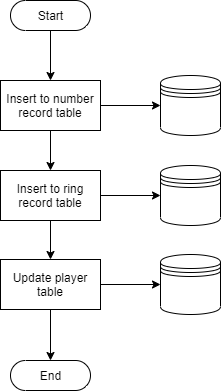
This is scoring/documentation/Finish_Game_Logic.png from kparlak/dart-scoring-system, a draw.io export, as it was before one commit. Source tidied: cells renumbered, new cells last; positions are measured from the earlier drawing's top-left corner, leaving out a move shared by most shapes. Its diagram source:
```xml
<mxGraphModel>
  <root>
    <mxCell id="0" />
    <mxCell id="1" parent="0" />
    <mxCell id="2" style="edgeStyle=orthogonalEdgeStyle;rounded=1;jettySize=auto;html=1;exitX=0.5;exitY=0.5;exitDx=0;exitDy=15;exitPerimeter=0;entryX=0.5;entryY=0;entryDx=0;entryDy=0;strokeColor=#000000;" parent="1" edge="1" source="3" target="6">
      <mxGeometry relative="1" as="geometry" />
    </mxCell>
    <mxCell id="3" value="Start" style="html=1;dashed=0;whitespace=wrap;shape=mxgraph.dfd.start;" parent="1" vertex="1">
      <mxGeometry x="10" width="80" height="30" as="geometry" />
    </mxCell>
    <mxCell id="4" value="End" style="html=1;dashed=0;whitespace=wrap;shape=mxgraph.dfd.start;" parent="1" vertex="1">
      <mxGeometry x="10" y="360" width="80" height="30" as="geometry" />
    </mxCell>
    <mxCell id="5" style="edgeStyle=orthogonalEdgeStyle;rounded=1;jettySize=auto;html=1;exitX=0.5;exitY=1;exitDx=0;exitDy=0;entryX=0.5;entryY=0;entryDx=0;entryDy=0;" parent="1" edge="1" source="6" target="12">
      <mxGeometry relative="1" as="geometry" />
    </mxCell>
    <mxCell id="6" value="Insert to number record table" style="html=1;dashed=0;whitespace=wrap;whiteSpace=wrap;" parent="1" vertex="1">
      <mxGeometry y="80" width="100" height="50" as="geometry" />
    </mxCell>
    <mxCell id="7" style="edgeStyle=orthogonalEdgeStyle;rounded=1;jettySize=auto;html=1;entryX=0;entryY=0.5;entryDx=0;entryDy=0;exitX=1;exitY=0.5;exitDx=0;exitDy=0;" parent="1" edge="1" source="6" target="8">
      <mxGeometry relative="1" as="geometry" />
    </mxCell>
    <mxCell id="8" style="shape=datastore;whiteSpace=wrap;html=1;" parent="1" vertex="1">
      <mxGeometry x="160" y="75" width="60" height="60" as="geometry" />
    </mxCell>
    <mxCell id="9" style="edgeStyle=orthogonalEdgeStyle;rounded=1;jettySize=auto;html=1;exitX=1;exitY=0.5;exitDx=0;exitDy=0;entryX=0;entryY=0.5;entryDx=0;entryDy=0;" parent="1" edge="1" source="12" target="13">
      <mxGeometry relative="1" as="geometry" />
    </mxCell>
    <mxCell id="10" style="edgeStyle=orthogonalEdgeStyle;rounded=1;jettySize=auto;html=1;exitX=0.5;exitY=1;exitDx=0;exitDy=0;entryX=0.5;entryY=0.5;entryDx=0;entryDy=-15;entryPerimeter=0;" parent="1" edge="1" source="16" target="4">
      <mxGeometry relative="1" as="geometry" />
    </mxCell>
    <mxCell id="11" style="edgeStyle=orthogonalEdgeStyle;rounded=1;jettySize=auto;html=1;exitX=0.5;exitY=1;exitDx=0;exitDy=0;entryX=0.5;entryY=0;entryDx=0;entryDy=0;" parent="1" edge="1" source="12" target="16">
      <mxGeometry relative="1" as="geometry" />
    </mxCell>
    <mxCell id="12" value="Insert to ring record table" style="html=1;dashed=0;whitespace=wrap;whiteSpace=wrap;" parent="1" vertex="1">
      <mxGeometry y="170" width="100" height="50" as="geometry" />
    </mxCell>
    <mxCell id="13" style="shape=datastore;whiteSpace=wrap;html=1;" parent="1" vertex="1">
      <mxGeometry x="160" y="165" width="60" height="60" as="geometry" />
    </mxCell>
    <mxCell id="14" style="edgeStyle=orthogonalEdgeStyle;rounded=1;jettySize=auto;html=1;exitX=1;exitY=0.5;exitDx=0;exitDy=0;entryX=0;entryY=0.5;entryDx=0;entryDy=0;" parent="1" edge="1" source="16" target="15">
      <mxGeometry relative="1" as="geometry" />
    </mxCell>
    <mxCell id="15" style="shape=datastore;whiteSpace=wrap;html=1;" parent="1" vertex="1">
      <mxGeometry x="160" y="254" width="60" height="60" as="geometry" />
    </mxCell>
    <mxCell id="16" value="Update player table" style="html=1;dashed=0;whitespace=wrap;whiteSpace=wrap;" parent="1" vertex="1">
      <mxGeometry y="259" width="100" height="50" as="geometry" />
    </mxCell>
  </root>
</mxGraphModel>
```
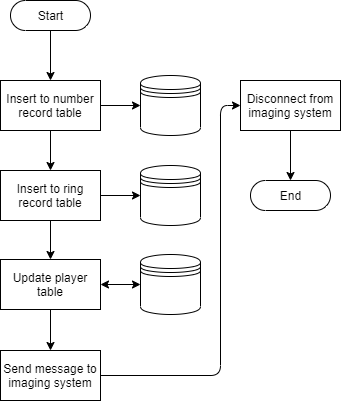
After the change.

Change to the diagram source:
```diff
@@ -9,7 +9,7 @@
       <mxGeometry x="10" width="80" height="30" as="geometry" />
     </mxCell>
     <mxCell id="4" value="End" style="html=1;dashed=0;whitespace=wrap;shape=mxgraph.dfd.start;" parent="1" vertex="1">
-      <mxGeometry x="10" y="360" width="80" height="30" as="geometry" />
+      <mxGeometry x="250" y="180" width="80" height="30" as="geometry" />
     </mxCell>
     <mxCell id="5" style="edgeStyle=orthogonalEdgeStyle;rounded=1;jettySize=auto;html=1;exitX=0.5;exitY=1;exitDx=0;exitDy=0;entryX=0.5;entryY=0;entryDx=0;entryDy=0;" parent="1" edge="1" source="6" target="12">
       <mxGeometry relative="1" as="geometry" />
@@ -21,14 +21,11 @@
       <mxGeometry relative="1" as="geometry" />
     </mxCell>
     <mxCell id="8" style="shape=datastore;whiteSpace=wrap;html=1;" parent="1" vertex="1">
-      <mxGeometry x="160" y="75" width="60" height="60" as="geometry" />
+      <mxGeometry x="140" y="75" width="60" height="60" as="geometry" />
     </mxCell>
     <mxCell id="9" style="edgeStyle=orthogonalEdgeStyle;rounded=1;jettySize=auto;html=1;exitX=1;exitY=0.5;exitDx=0;exitDy=0;entryX=0;entryY=0.5;entryDx=0;entryDy=0;" parent="1" edge="1" source="12" target="13">
       <mxGeometry relative="1" as="geometry" />
     </mxCell>
-    <mxCell id="10" style="edgeStyle=orthogonalEdgeStyle;rounded=1;jettySize=auto;html=1;exitX=0.5;exitY=1;exitDx=0;exitDy=0;entryX=0.5;entryY=0.5;entryDx=0;entryDy=-15;entryPerimeter=0;" parent="1" edge="1" source="16" target="4">
-      <mxGeometry relative="1" as="geometry" />
-    </mxCell>
     <mxCell id="11" style="edgeStyle=orthogonalEdgeStyle;rounded=1;jettySize=auto;html=1;exitX=0.5;exitY=1;exitDx=0;exitDy=0;entryX=0.5;entryY=0;entryDx=0;entryDy=0;" parent="1" edge="1" source="12" target="16">
       <mxGeometry relative="1" as="geometry" />
     </mxCell>
@@ -36,16 +33,36 @@
       <mxGeometry y="170" width="100" height="50" as="geometry" />
     </mxCell>
     <mxCell id="13" style="shape=datastore;whiteSpace=wrap;html=1;" parent="1" vertex="1">
-      <mxGeometry x="160" y="165" width="60" height="60" as="geometry" />
+      <mxGeometry x="140" y="165" width="60" height="60" as="geometry" />
     </mxCell>
-    <mxCell id="14" style="edgeStyle=orthogonalEdgeStyle;rounded=1;jettySize=auto;html=1;exitX=1;exitY=0.5;exitDx=0;exitDy=0;entryX=0;entryY=0.5;entryDx=0;entryDy=0;" parent="1" edge="1" source="16" target="15">
+    <mxCell id="14" style="edgeStyle=orthogonalEdgeStyle;rounded=1;jettySize=auto;html=1;exitX=1;exitY=0.5;exitDx=0;exitDy=0;entryX=0;entryY=0.5;entryDx=0;entryDy=0;startArrow=classic;startFill=1;" parent="1" edge="1" source="16" target="15">
       <mxGeometry relative="1" as="geometry" />
     </mxCell>
     <mxCell id="15" style="shape=datastore;whiteSpace=wrap;html=1;" parent="1" vertex="1">
-      <mxGeometry x="160" y="254" width="60" height="60" as="geometry" />
+      <mxGeometry x="140" y="254" width="60" height="60" as="geometry" />
     </mxCell>
+    <mxCell id="17" style="edgeStyle=orthogonalEdgeStyle;rounded=1;jettySize=auto;html=1;exitX=0.5;exitY=1;exitDx=0;exitDy=0;entryX=0.5;entryY=0;entryDx=0;entryDy=0;" parent="1" edge="1" source="16" target="21">
+      <mxGeometry relative="1" as="geometry" />
+    </mxCell>
     <mxCell id="16" value="Update player table" style="html=1;dashed=0;whitespace=wrap;whiteSpace=wrap;" parent="1" vertex="1">
       <mxGeometry y="259" width="100" height="50" as="geometry" />
     </mxCell>
+    <mxCell id="18" style="edgeStyle=orthogonalEdgeStyle;rounded=1;jettySize=auto;html=1;exitX=0.5;exitY=1;exitDx=0;exitDy=0;entryX=0.5;entryY=0.5;entryDx=0;entryDy=-15;entryPerimeter=0;" parent="1" edge="1" source="19" target="4">
+      <mxGeometry relative="1" as="geometry" />
+    </mxCell>
+    <mxCell id="19" value="Disconnect from imaging system" style="html=1;dashed=0;whitespace=wrap;whiteSpace=wrap;" parent="1" vertex="1">
+      <mxGeometry x="240" y="80" width="100" height="50" as="geometry" />
+    </mxCell>
+    <mxCell id="20" style="edgeStyle=orthogonalEdgeStyle;rounded=1;jettySize=auto;html=1;exitX=1;exitY=0.5;exitDx=0;exitDy=0;entryX=0;entryY=0.5;entryDx=0;entryDy=0;" parent="1" edge="1" source="21" target="19">
+      <mxGeometry relative="1" as="geometry">
+        <Array as="points">
+          <mxPoint x="220" y="375" />
+          <mxPoint x="220" y="105" />
+        </Array>
+      </mxGeometry>
+    </mxCell>
+    <mxCell id="21" value="Send message to imaging system" style="html=1;dashed=0;whitespace=wrap;whiteSpace=wrap;" parent="1" vertex="1">
+      <mxGeometry y="350" width="100" height="50" as="geometry" />
+    </mxCell>
   </root>
 </mxGraphModel>
```
